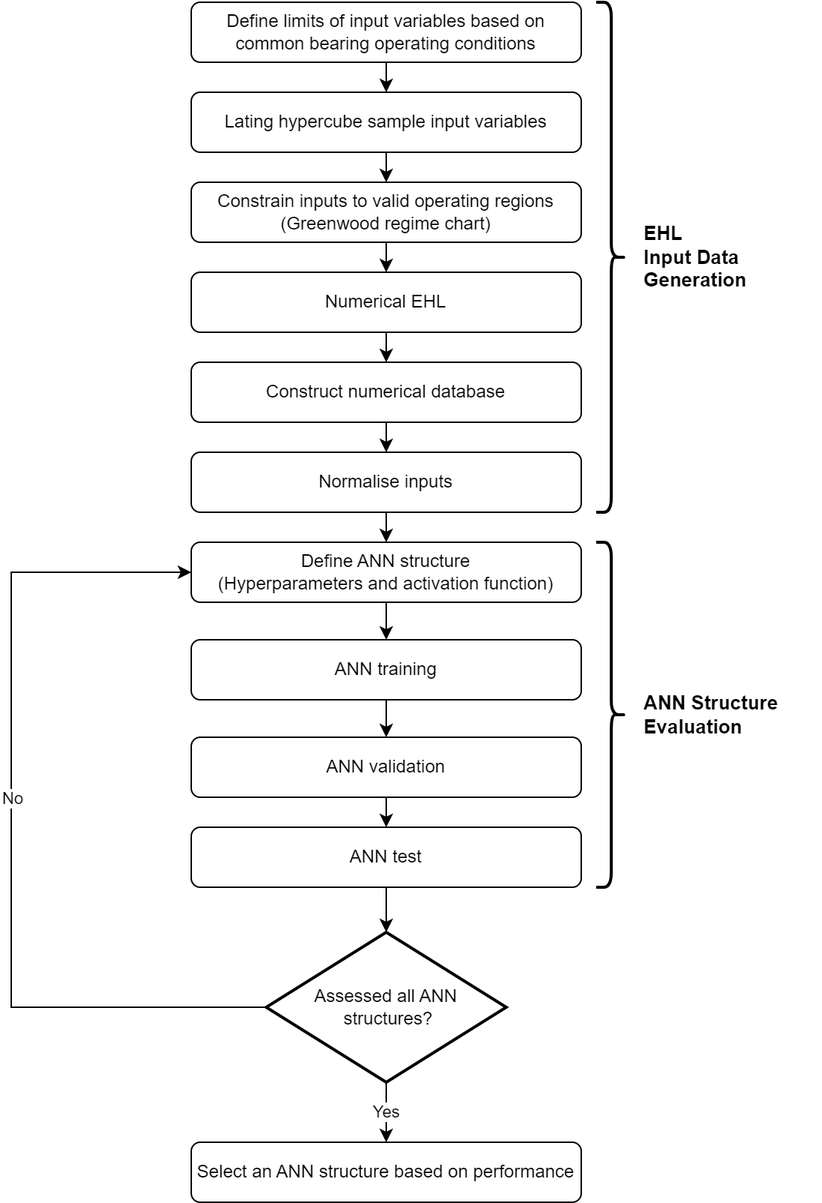
This is Graphics/ANN_structure_flowchart.png from QuestH/PhDThesis, a draw.io export, as it was before one commit. Source tidied: cells renumbered, new cells last; positions are measured from the earlier drawing's top-left corner, leaving out a move shared by most shapes.
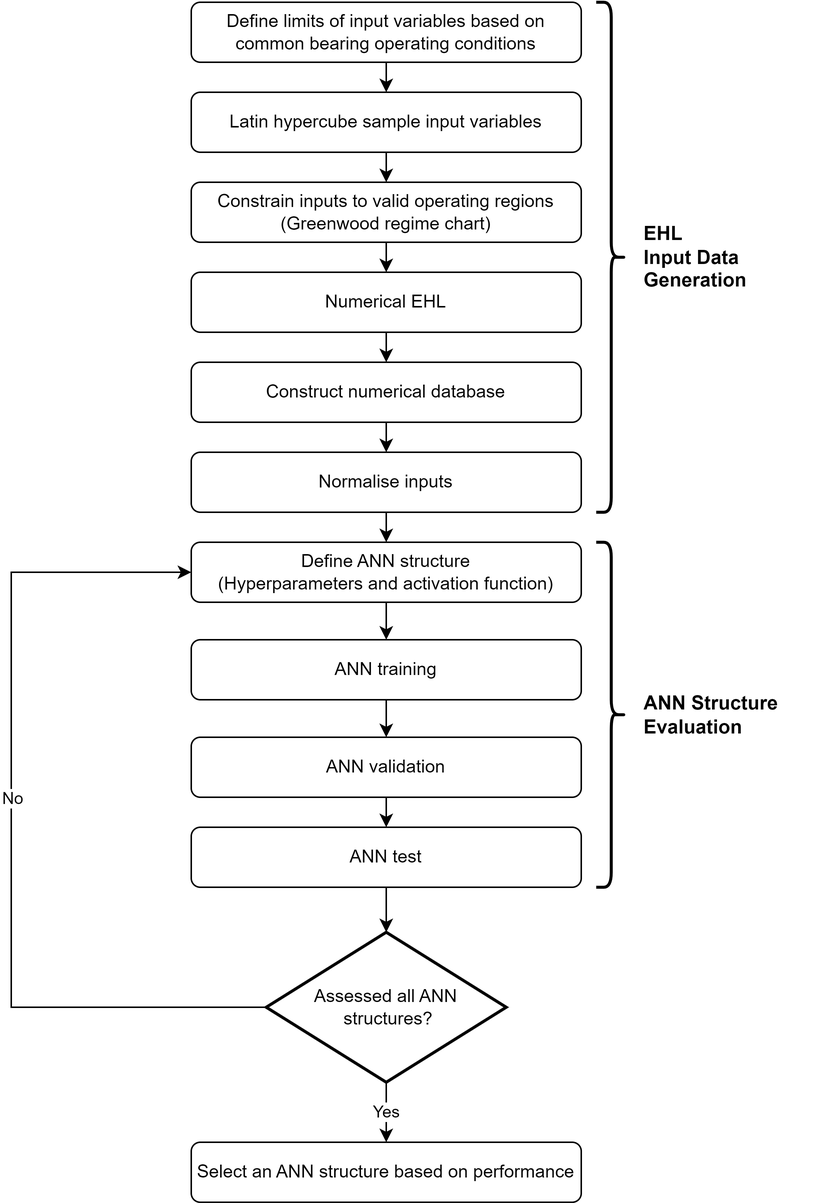
Later version of the same file.

The edit, as a diff of the source:
```diff
@@ -5,7 +5,7 @@
     <mxCell id="2" style="edgeStyle=orthogonalEdgeStyle;rounded=0;jettySize=auto;html=1;exitX=0.5;exitY=1;exitDx=0;exitDy=0;entryX=0.5;entryY=0;entryDx=0;entryDy=0;" parent="1" edge="1" source="3" target="5">
       <mxGeometry relative="1" as="geometry" />
     </mxCell>
-    <mxCell id="3" value="Lating hypercube sample input variables" style="rounded=1;whiteSpace=wrap;html=1;fontSize=12;glass=0;strokeWidth=1;shadow=0;" parent="1" vertex="1">
+    <mxCell id="3" value="Latin hypercube sample input variables" style="rounded=1;whiteSpace=wrap;html=1;fontSize=12;glass=0;strokeWidth=1;shadow=0;" parent="1" vertex="1">
       <mxGeometry x="120" y="60" width="260" height="40" as="geometry" />
     </mxCell>
     <mxCell id="4" style="edgeStyle=orthogonalEdgeStyle;rounded=0;jettySize=auto;html=1;exitX=0.5;exitY=1;exitDx=0;exitDy=0;entryX=0.5;entryY=0;entryDx=0;entryDy=0;" parent="1" edge="1" source="5" target="7">
```
